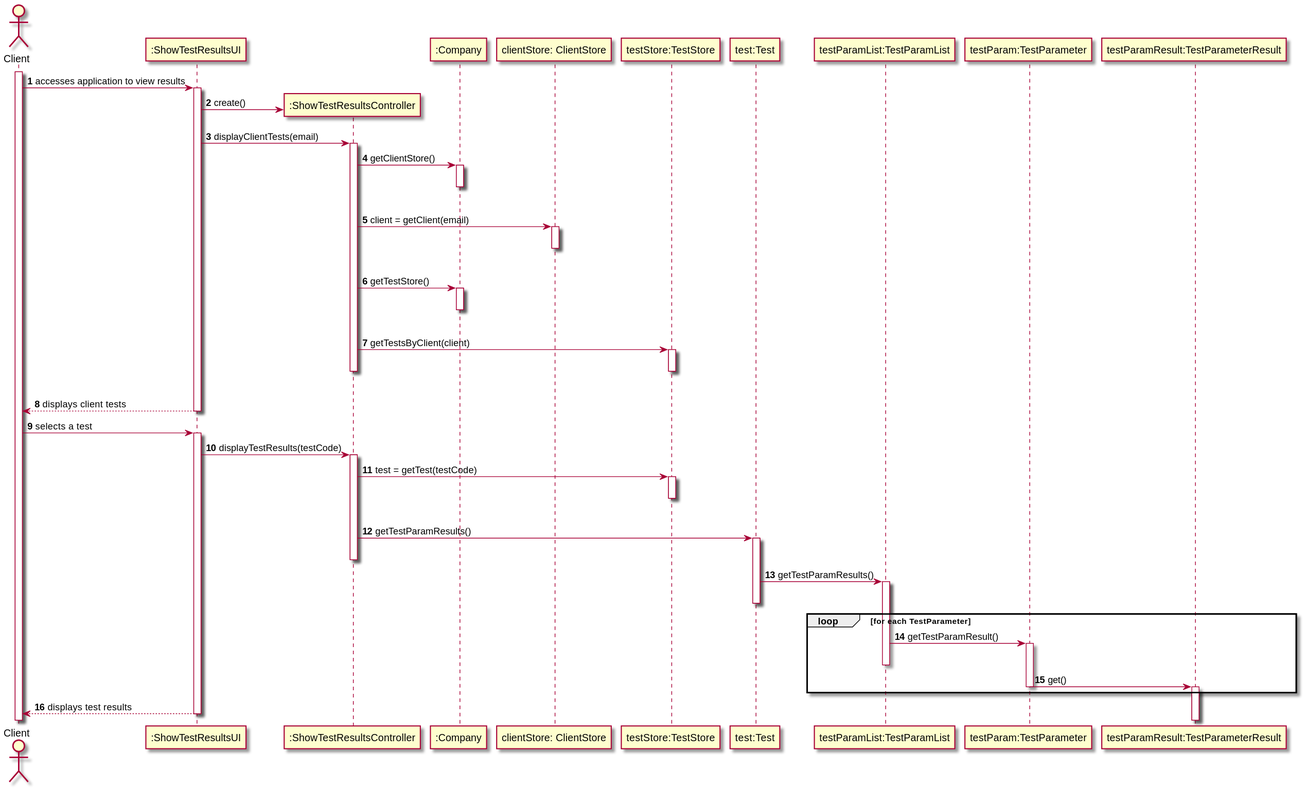
The PlantUML diagram docs/SprintD/US1/US1_SD.svg in MadDinosaur/ISEP-LAPR2, before a commit.
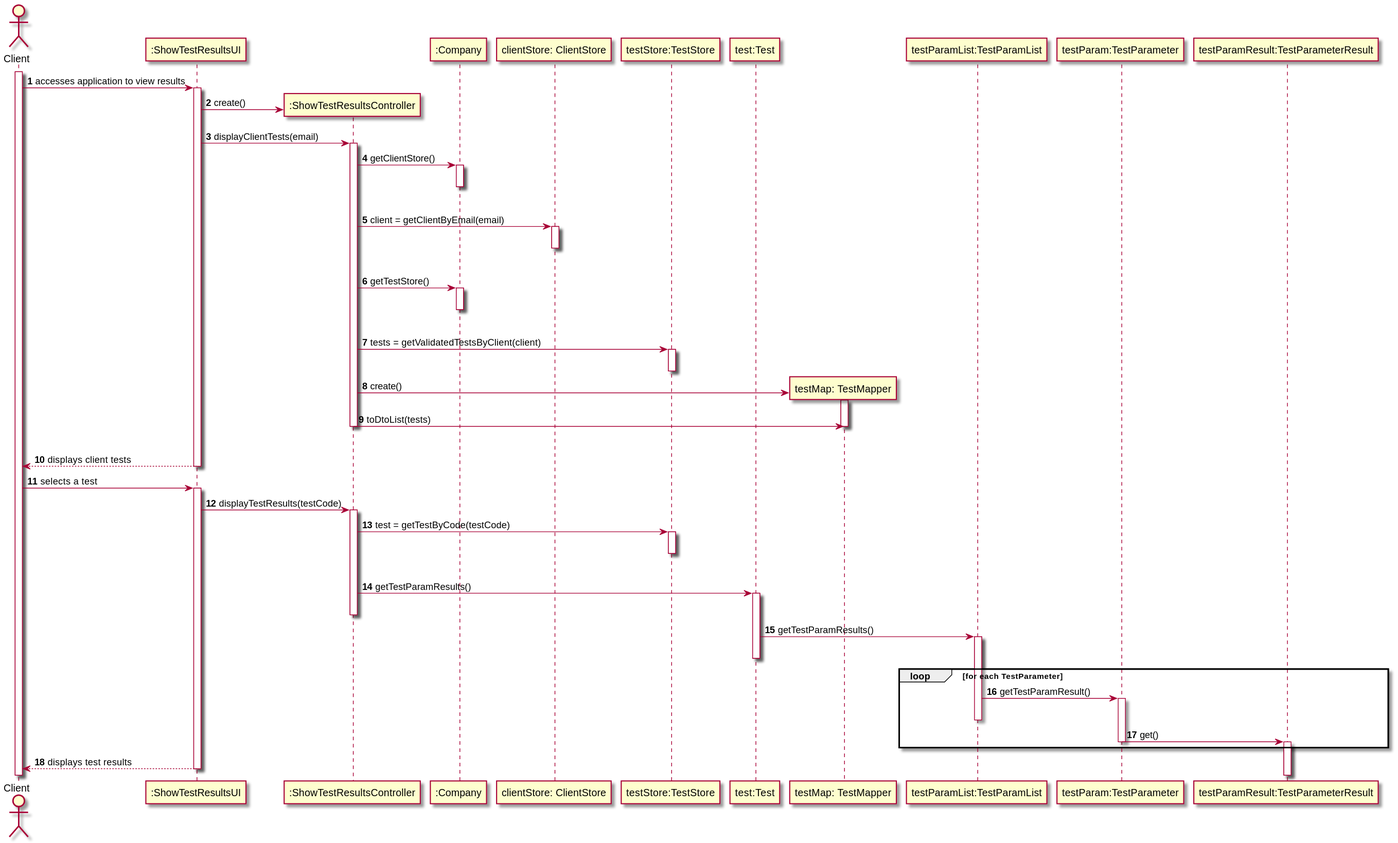
The same file after the commit.

Diff of the diagram source:
```diff
@@ -8,6 +8,7 @@
 participant "clientStore: ClientStore" as cstore
 participant "testStore:TestStore" as tstore
 participant "test:Test" as test
+participant "testMap: TestMapper" as tmap
 participant "testParamList:TestParamList" as testparamls
 participant "testParam:TestParameter" as testparam
 participant "testParamResult:TestParameterResult" as testparamres
@@ -23,7 +24,7 @@
 activate company
 |||
 deactivate company
-controller -> cstore : client = getClient(email)
+controller -> cstore : client = getClientByEmail(email)
 activate cstore
 |||
 deactivate cstore
@@ -31,8 +32,14 @@
 activate company
 |||
 deactivate company
-controller -> tstore : getTestsByClient(client)
+controller -> tstore : tests = getValidatedTestsByClient(client)
 activate tstore
+deactivate tstore
+create tmap
+controller -> tmap : create()
+activate tmap
+controller -> tmap : toDtoList(tests)
+deactivate tmap
 |||
 deactivate tstore
 deactivate controller
@@ -42,7 +49,7 @@
 activate ui
 ui -> controller : displayTestResults(testCode)
 activate controller
-controller -> tstore : test = getTest(testCode)
+controller -> tstore : test = getTestByCode(testCode)
 activate tstore
 |||
 deactivate tstore
```
